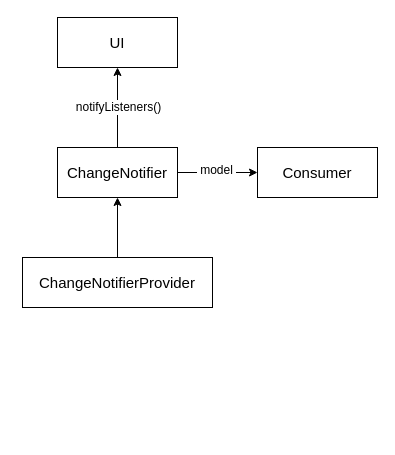
Before: Provider.drawio in oiar/assets, a draw.io diagram. Source tidied: cells renumbered, new cells numbered last; positions are measured from the earlier drawing's top-left corner, leaving out a move shared by most shapes. Both pictures are drawn from the tidied source at 100%, with x=0, y=0 at pixel (22, 17).
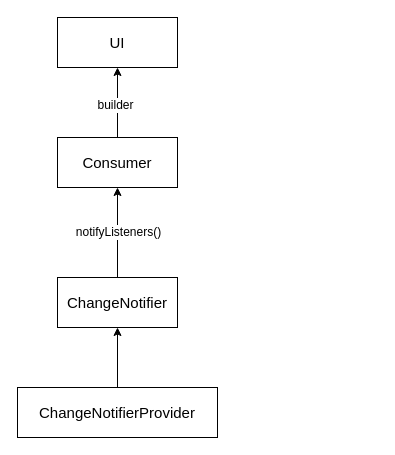
The same diagram, later.

Change to the diagram source:
```diff
@@
 <mxGraphModel>
   <root>
     <mxCell id="0" />
     <mxCell id="1" parent="0" />
-    <mxCell id="2" style="edgeStyle=orthogonalEdgeStyle;rounded=0;jettySize=auto;html=1;" parent="1" edge="1" source="6" target="8">
+    <mxCell id="2" style="edgeStyle=orthogonalEdgeStyle;rounded=0;jettySize=auto;html=1;entryX=0.5;entryY=1;entryDx=0;entryDy=0;" parent="1" edge="1" source="6" target="7">
       <mxGeometry relative="1" as="geometry" />
     </mxCell>
     <mxCell id="3" value="notifyListeners()" style="text;html=1;align=center;verticalAlign=middle;labelBackgroundColor=#ffffff;" parent="2" vertex="1">
       <mxGeometry x="0.03" relative="1" as="geometry" />
     </mxCell>
-    <mxCell id="4" style="edgeStyle=orthogonalEdgeStyle;rounded=0;jettySize=auto;html=1;" parent="1" edge="1" source="6" target="7">
+    <mxCell id="4" style="edgeStyle=orthogonalEdgeStyle;rounded=0;jettySize=auto;html=1;entryX=0.5;entryY=1;entryDx=0;entryDy=0;exitX=0.5;exitY=0;exitDx=0;exitDy=0;" parent="1" edge="1" source="7" target="8">
       <mxGeometry relative="1" as="geometry" />
     </mxCell>
-    <mxCell id="5" value="&amp;nbsp;model&amp;nbsp;" style="text;html=1;align=center;verticalAlign=middle;labelBackgroundColor=#ffffff;" parent="4" vertex="1">
+    <mxCell id="5" value="&amp;nbsp;builder&amp;nbsp;" style="text;html=1;align=center;verticalAlign=middle;labelBackgroundColor=#ffffff;" parent="4" vertex="1">
       <mxGeometry x="-0.05" y="3" relative="1" as="geometry" />
     </mxCell>
     <mxCell id="6" value="&lt;font style=&quot;font-size: 15px&quot;&gt;ChangeNotifier&lt;/font&gt;" style="rounded=0;whiteSpace=wrap;html=1;" parent="1" vertex="1">
-      <mxGeometry x="35" y="130" width="120" height="50" as="geometry" />
+      <mxGeometry x="35" y="260" width="120" height="50" as="geometry" />
     </mxCell>
     <mxCell id="7" value="&lt;font style=&quot;font-size: 15px&quot;&gt;Consumer&lt;/font&gt;" style="rounded=0;whiteSpace=wrap;html=1;" parent="1" vertex="1">
-      <mxGeometry x="235" y="130" width="120" height="50" as="geometry" />
+      <mxGeometry x="35" y="120" width="120" height="50" as="geometry" />
     </mxCell>
     <mxCell id="8" value="&lt;font style=&quot;font-size: 15px&quot;&gt;UI&lt;/font&gt;" style="rounded=0;whiteSpace=wrap;html=1;" parent="1" vertex="1">
       <mxGeometry x="35" width="120" height="50" as="geometry" />
     </mxCell>
     <mxCell id="9" style="edgeStyle=orthogonalEdgeStyle;rounded=0;jettySize=auto;html=1;exitX=0.5;exitY=0;exitDx=0;exitDy=0;entryX=0.5;entryY=1;entryDx=0;entryDy=0;" parent="1" edge="1" source="10" target="6">
       <mxGeometry relative="1" as="geometry" />
     </mxCell>
     <mxCell id="10" value="&lt;font style=&quot;font-size: 15px&quot;&gt;ChangeNotifierProvider&lt;/font&gt;" style="rounded=0;whiteSpace=wrap;html=1;" parent="1" vertex="1">
-      <mxGeometry y="240" width="190" height="50" as="geometry" />
+      <mxGeometry x="-5" y="370" width="200" height="50" as="geometry" />
     </mxCell>
   </root>
 </mxGraphModel>
```
